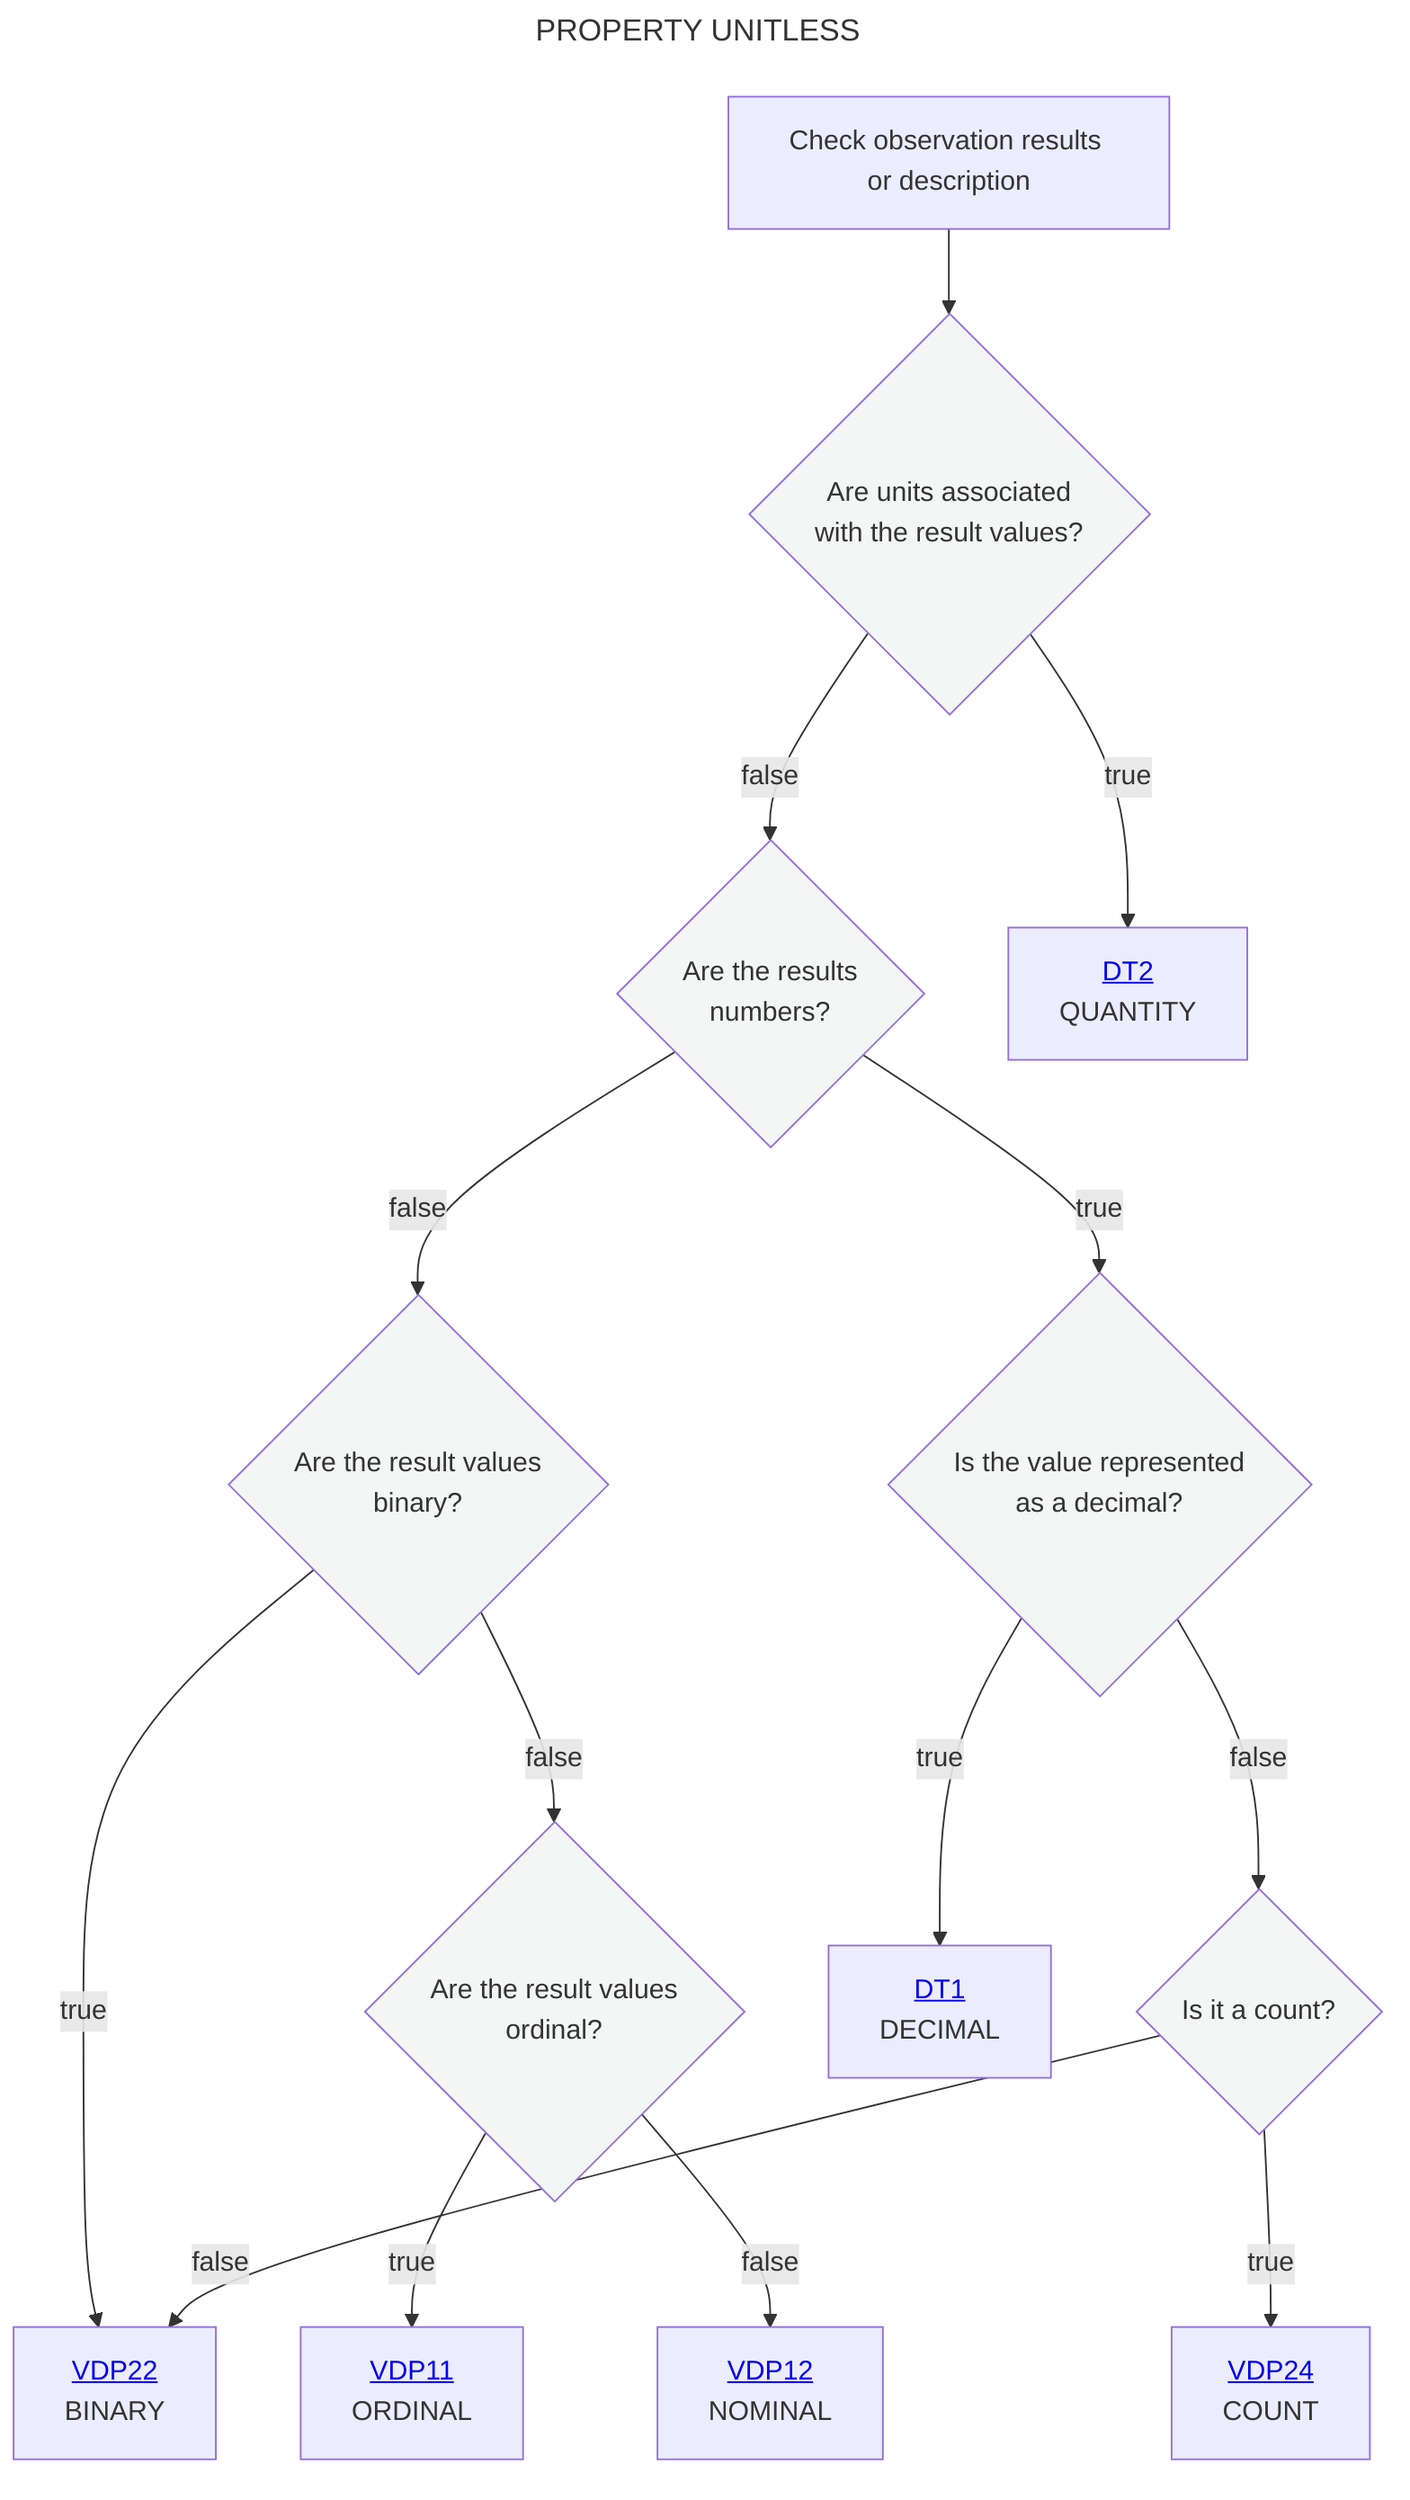
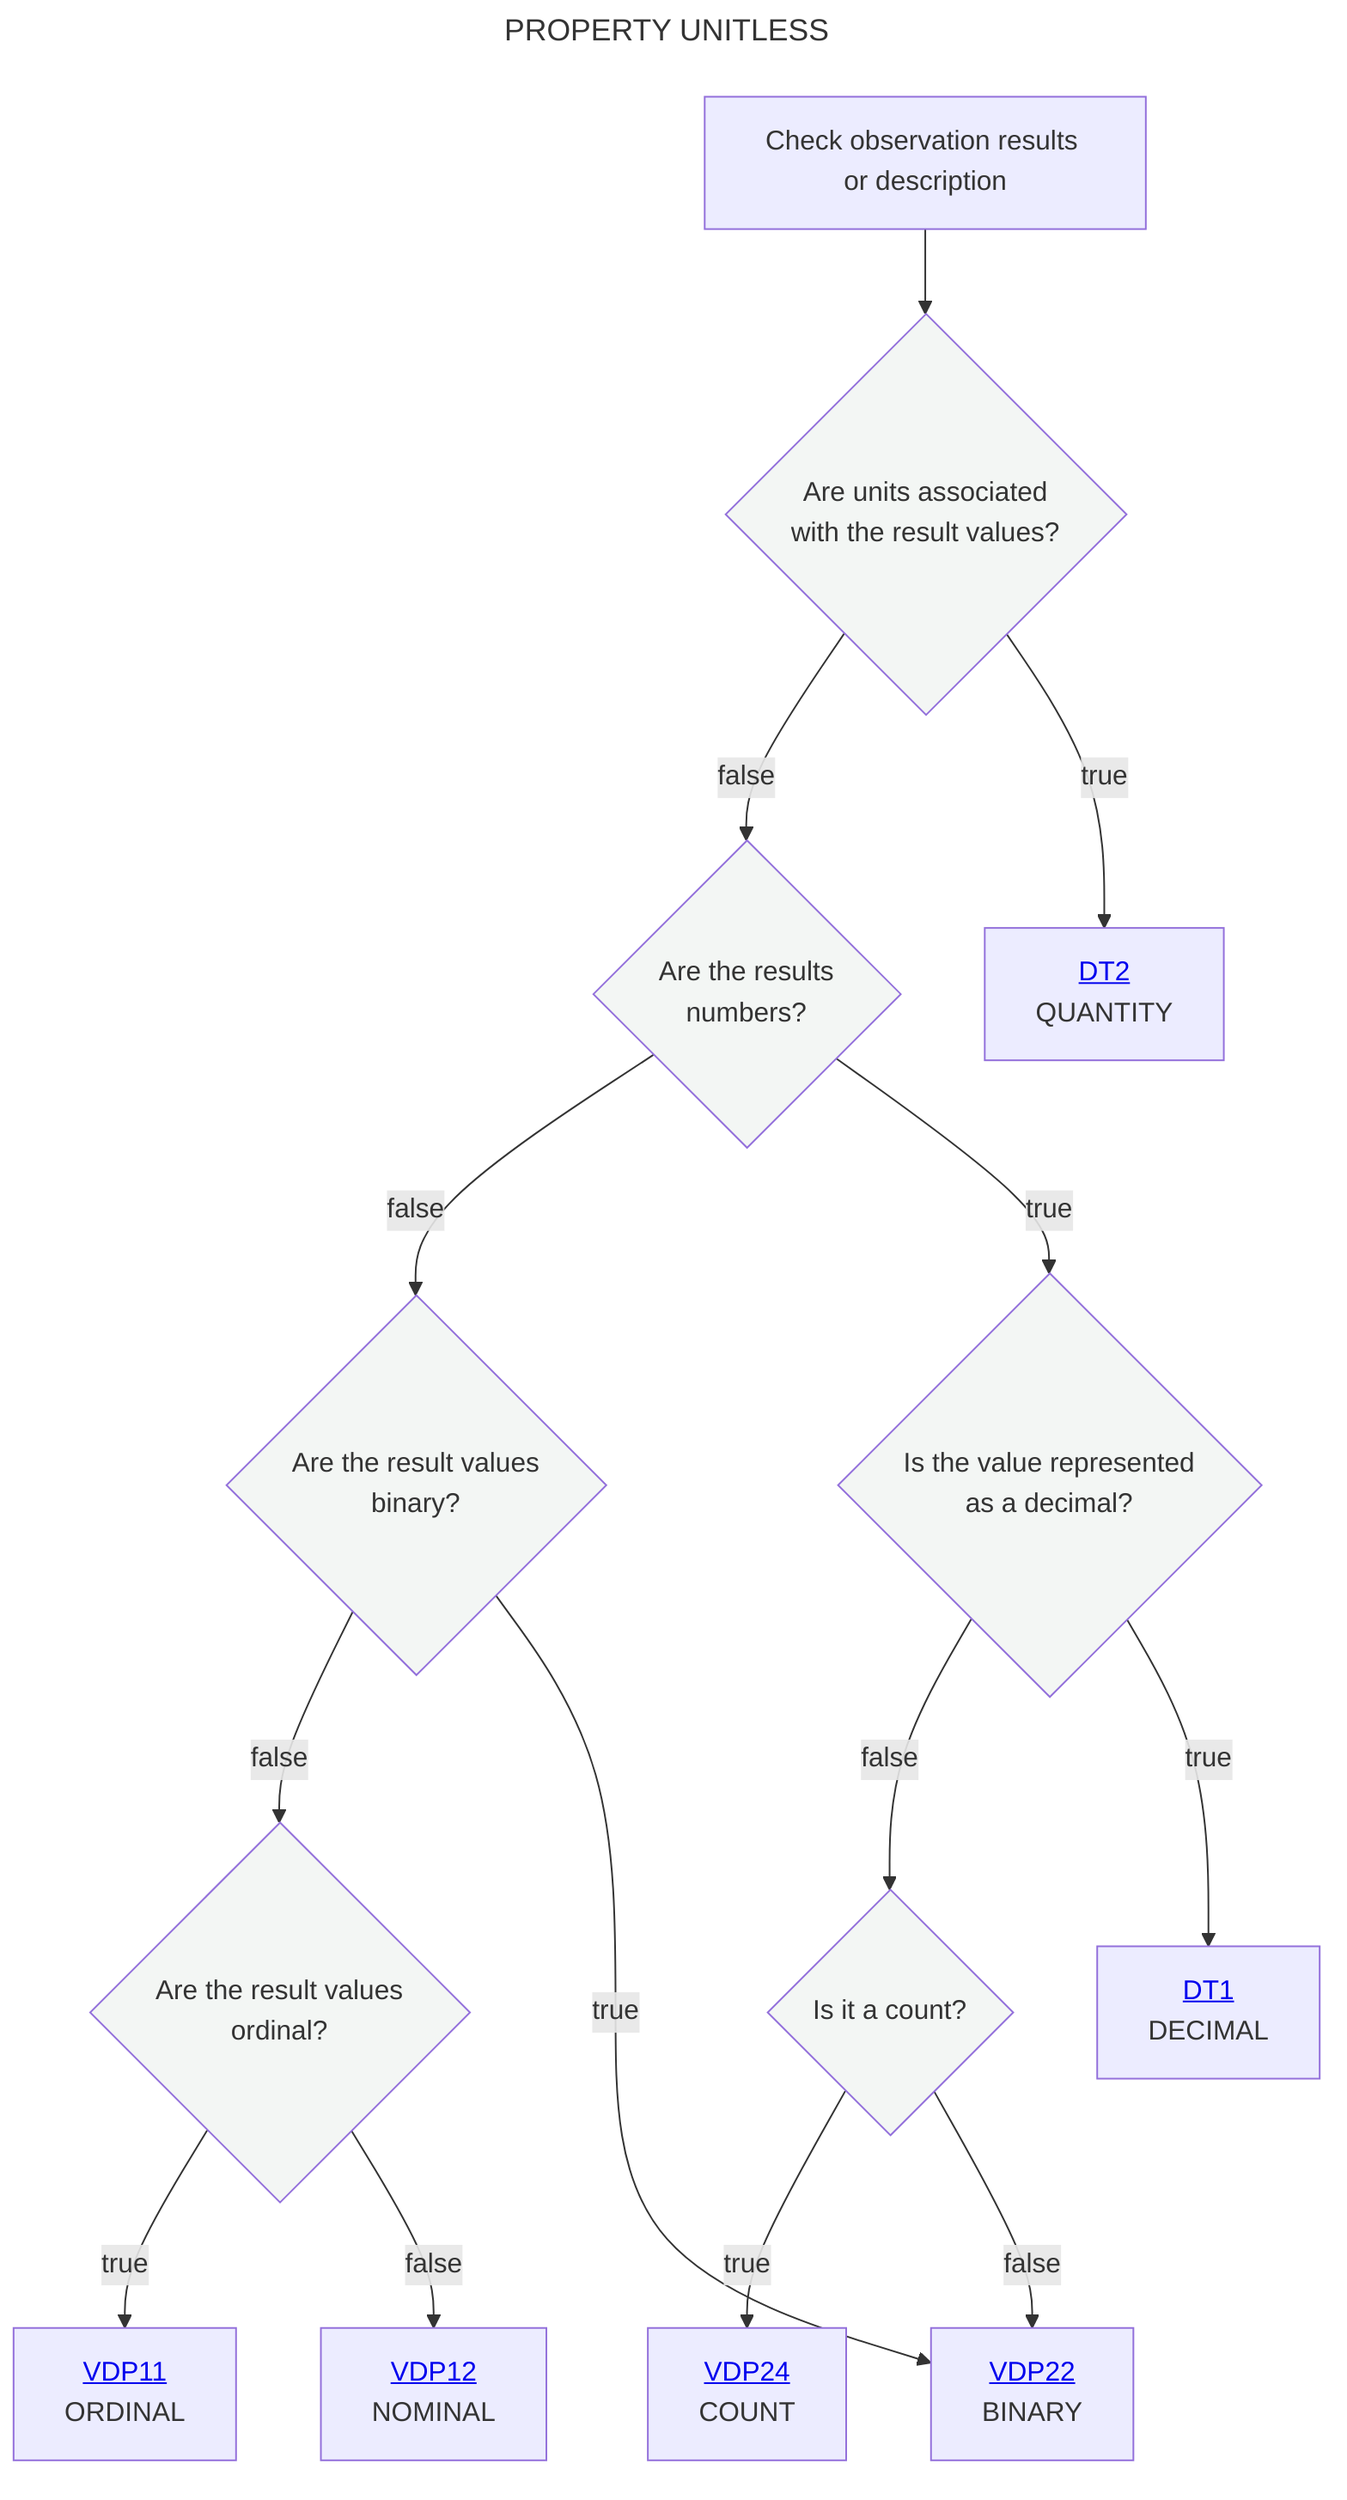
---
title: PROPERTY UNITLESS
---
flowchart TD
    A[Check observation results or description] --> B{Are units associated <br> with the result values?}:::white
    B --> |false|C{Are the results <br> numbers?}:::white
    B --> |true|D[<a href='https://github.com/mabablue/I-ADOPT-patterns-playground/blob/main/Decisition_trees/DT2.mmd'>DT2</a><br> QUANTITY]
    C --> |false|E{Are the result values <br> binary?}:::white
    C --> |true|G{Is the value represented <br> as a decimal?}:::white
-     E --> |true|F[<a href='https://github.com/mabablue/I-ADOPT-patterns-playground/blob/main/pattern/VDP22.yaml'>VDP22</a><br> BINARY]
    E --> |false|I{Are the result values <br> ordinal?}:::white
    G --> |false|H{Is it a count?}:::white
    H --> |true|M[<a href='https://github.com/mabablue/I-ADOPT-patterns-playground/blob/main/pattern/VDP24.yaml'>VDP24</a><br> COUNT]
    H--> |false|F
    I --> |true|J[<a href='https://github.com/mabablue/I-ADOPT-patterns-playground/blob/main/pattern/VDP11.yaml'>VDP11</a><br> ORDINAL]
    I --> |false|K[<a href='https://github.com/mabablue/I-ADOPT-patterns-playground/blob/main/pattern/VDP12.yaml'>VDP12</a><br> NOMINAL]
+     E --> |true|F[<a href='https://github.com/mabablue/I-ADOPT-patterns-playground/blob/main/pattern/VDP22.yaml'>VDP22</a><br> BINARY]
    G --> |true|L[<a href='https://github.com/mabablue/I-ADOPT-patterns-playground/blob/main/Decisition_trees/DT1.mmd'>DT1</a><br> DECIMAL]
   classDef blue fill:#90D5FF
   classDef satblue fill:#57B9FF
   classDef white fill:#f3f6f4
   classDef green fill:#6aa84f
